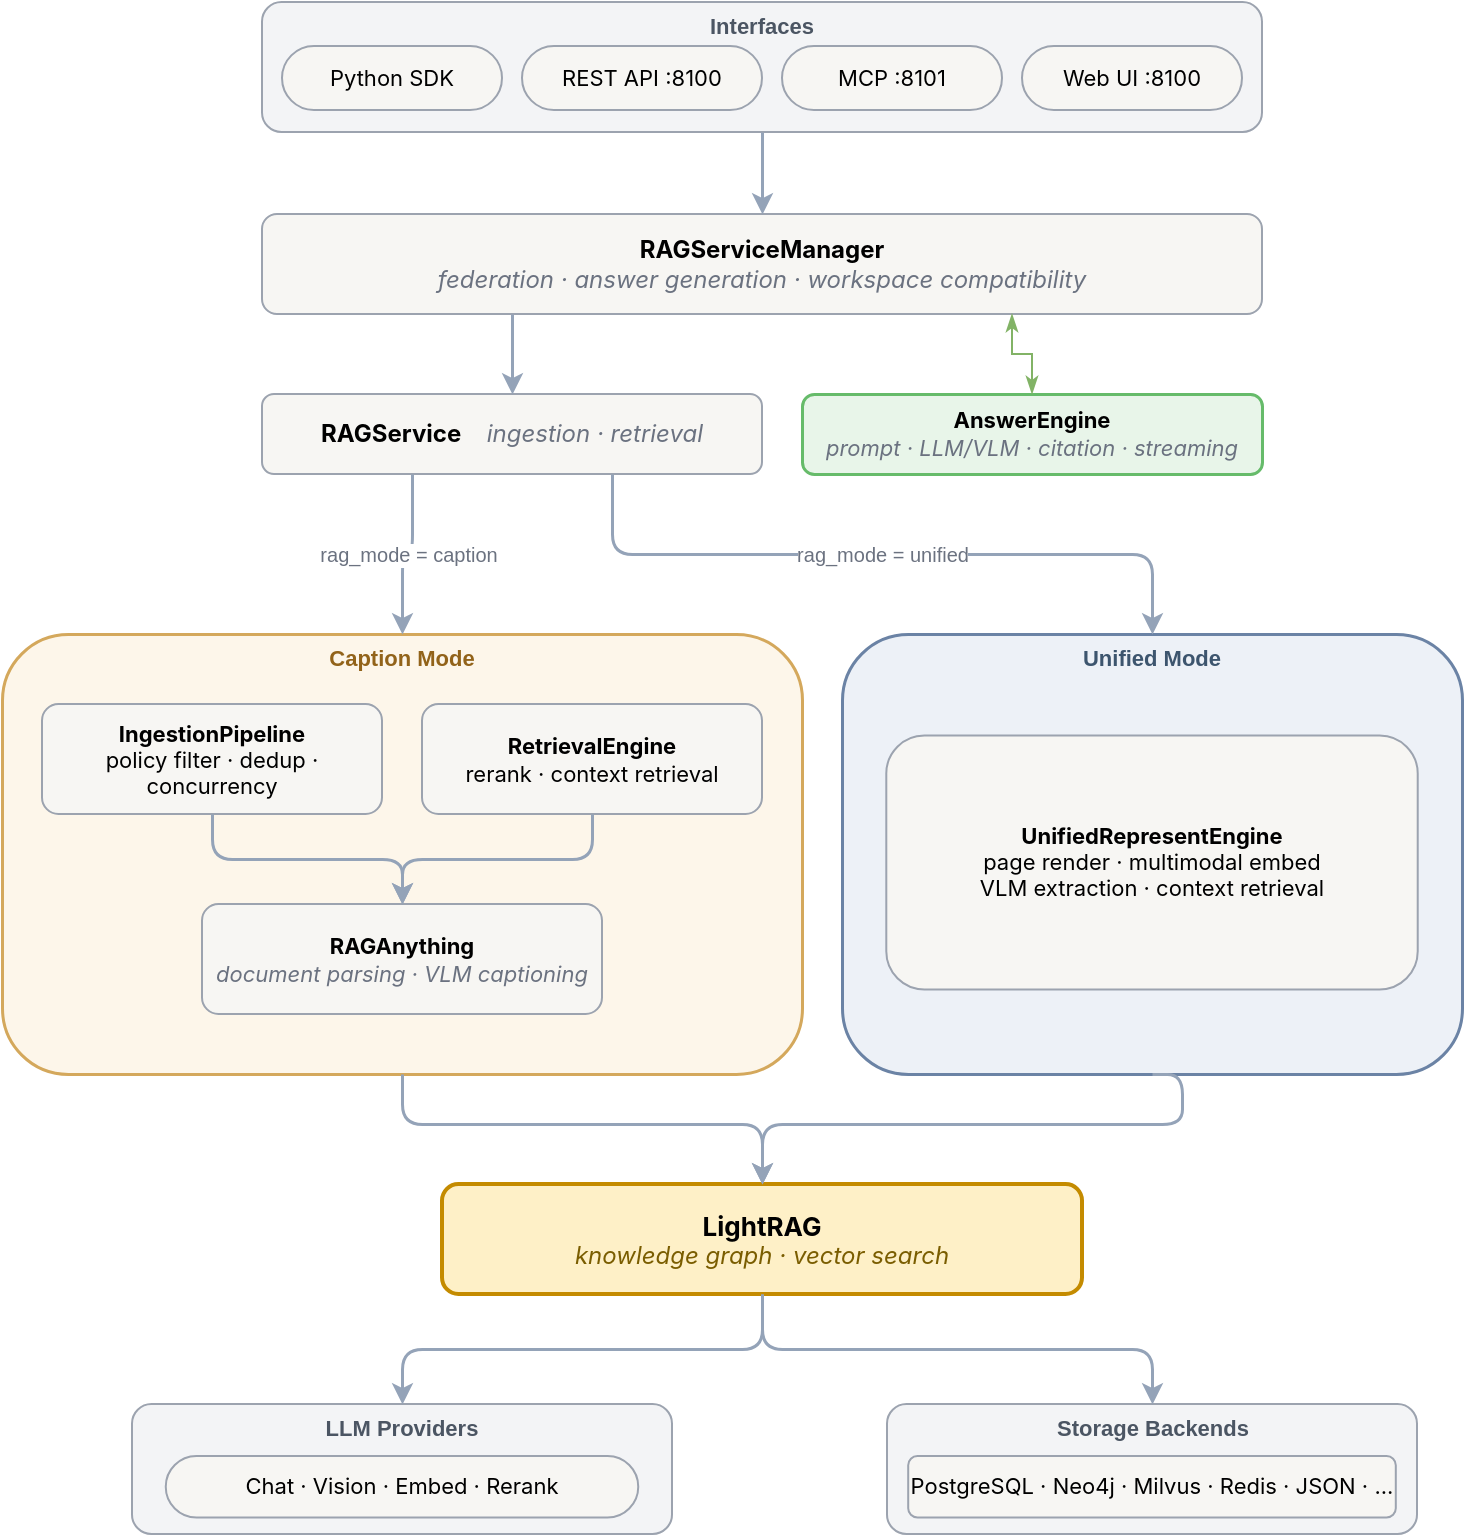
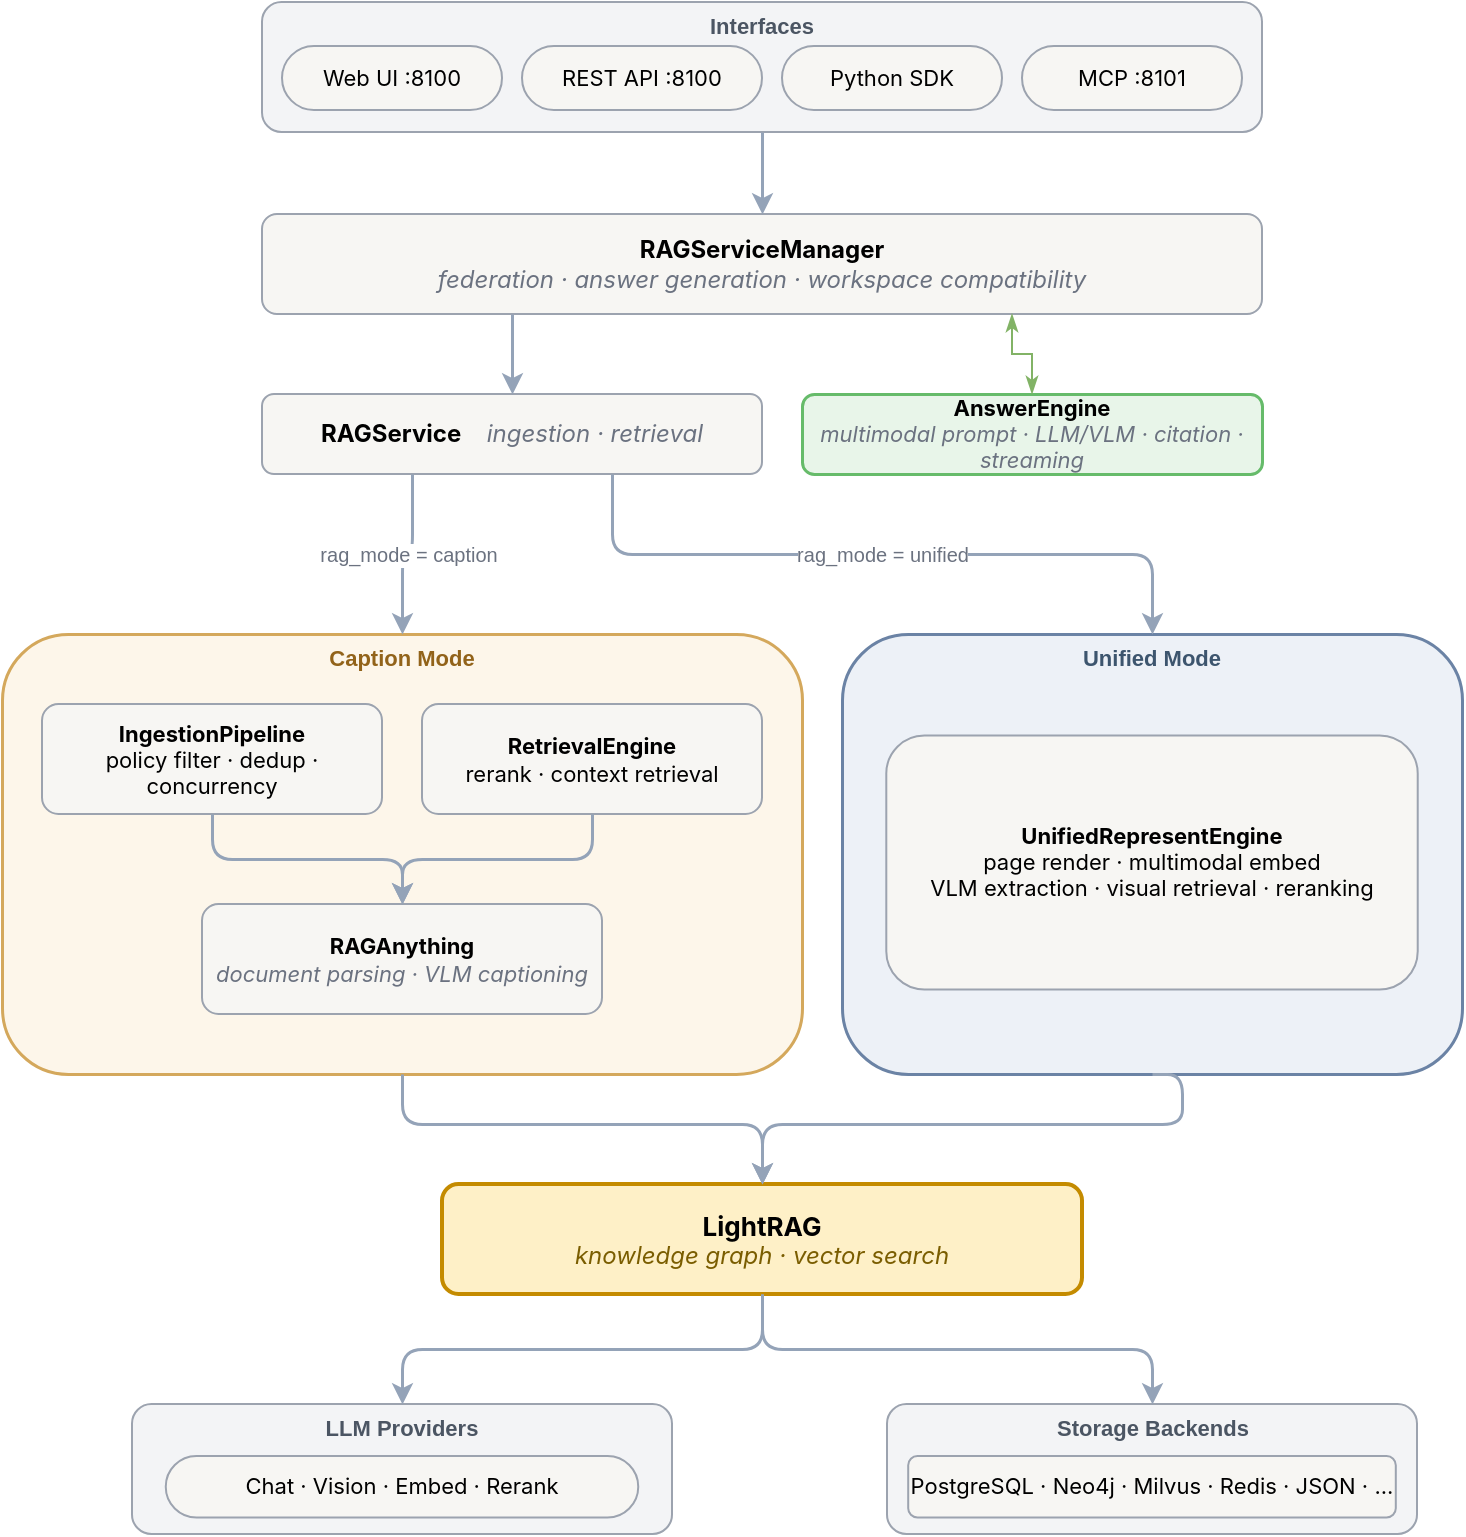
<mxfile host="65bd71144e">
    <diagram name="DlightRAG Architecture" id="arch">
        <mxGraphModel dx="883" dy="997" grid="1" gridSize="10" guides="1" tooltips="1" connect="1" arrows="1" fold="1" page="0" pageScale="1" pageWidth="850" pageHeight="1100" math="0" shadow="0">
            <root>
                <mxCell id="0"/>
                <mxCell id="1" parent="0"/>
                <mxCell id="interfaces" value="&lt;b style=&#39;font-size:11px;color:#4b5563&#39;&gt;Interfaces&lt;/b&gt;" style="rounded=1;whiteSpace=wrap;html=1;fillColor=#f3f4f6;strokeColor=#9ca3af;strokeWidth=1;verticalAlign=top;spacingTop=-2;container=1;collapsible=0;" parent="1" vertex="1">
                    <mxGeometry x="200" y="-6" width="500" height="65" as="geometry"/>
                </mxCell>
-                 <mxCell id="sdk" value="Python SDK" style="rounded=1;whiteSpace=wrap;html=1;fillColor=#f7f6f3;strokeColor=#9ca3af;fontSize=11;fontFamily=Inter;arcSize=50;" parent="interfaces" vertex="1">
+                 <mxCell id="webui" value="Web UI :8100" style="rounded=1;whiteSpace=wrap;html=1;fillColor=#f7f6f3;strokeColor=#9ca3af;fontSize=11;fontFamily=Inter;arcSize=50;" vertex="1" parent="interfaces">
                    <mxGeometry x="10" y="22" width="110" height="32" as="geometry"/>
                </mxCell>
                <mxCell id="rest" value="REST API :8100" style="rounded=1;whiteSpace=wrap;html=1;fillColor=#f7f6f3;strokeColor=#9ca3af;fontSize=11;fontFamily=Inter;arcSize=50;" parent="interfaces" vertex="1">
                    <mxGeometry x="130" y="22" width="120" height="32" as="geometry"/>
                </mxCell>
-                 <mxCell id="mcp" value="MCP :8101" style="rounded=1;whiteSpace=wrap;html=1;fillColor=#f7f6f3;strokeColor=#9ca3af;fontSize=11;fontFamily=Inter;arcSize=50;" parent="interfaces" vertex="1">
+                 <mxCell id="sdk" value="Python SDK" style="rounded=1;whiteSpace=wrap;html=1;fillColor=#f7f6f3;strokeColor=#9ca3af;fontSize=11;fontFamily=Inter;arcSize=50;" parent="interfaces" vertex="1">
                    <mxGeometry x="260" y="22" width="110" height="32" as="geometry"/>
                </mxCell>
-                 <mxCell id="webui" value="Web UI :8100" style="rounded=1;whiteSpace=wrap;html=1;fillColor=#f7f6f3;strokeColor=#9ca3af;fontSize=11;fontFamily=Inter;arcSize=50;" vertex="1" parent="interfaces">
+                 <mxCell id="mcp" value="MCP :8101" style="rounded=1;whiteSpace=wrap;html=1;fillColor=#f7f6f3;strokeColor=#9ca3af;fontSize=11;fontFamily=Inter;arcSize=50;" parent="interfaces" vertex="1">
                    <mxGeometry x="380" y="22" width="110" height="32" as="geometry"/>
                </mxCell>
                <mxCell id="rsm" value="&lt;b&gt;RAGServiceManager&lt;/b&gt;&lt;br&gt;&lt;i style=&#39;color:#6b7280&#39;&gt;federation · answer generation · workspace compatibility&lt;/i&gt;" style="rounded=1;whiteSpace=wrap;html=1;fillColor=#f7f6f3;strokeColor=#9ca3af;fontSize=12;fontFamily=Inter;" parent="1" vertex="1">
                    <mxGeometry x="200" y="100" width="500" height="50" as="geometry"/>
                </mxCell>
-                 <mxCell id="ae" value="&lt;b&gt;AnswerEngine&lt;/b&gt;&lt;br&gt;&lt;i style=&#39;color:#6b7280&#39;&gt;prompt · LLM/VLM · citation · streaming&lt;/i&gt;" style="rounded=1;whiteSpace=wrap;html=1;fillColor=#e8f5e9;strokeColor=#66bb6a;strokeWidth=1.5;fontSize=11;fontFamily=Inter;" parent="1" vertex="1">
+                 <mxCell id="ae" value="&lt;b&gt;AnswerEngine&lt;/b&gt;&lt;br&gt;&lt;i style=&#39;color:#6b7280&#39;&gt;multimodal prompt · LLM/VLM · citation · streaming&lt;/i&gt;" style="rounded=1;whiteSpace=wrap;html=1;fillColor=#e8f5e9;strokeColor=#66bb6a;strokeWidth=1.5;fontSize=11;fontFamily=Inter;" parent="1" vertex="1">
                    <mxGeometry x="470" y="190" width="230" height="40" as="geometry"/>
                </mxCell>
                <mxCell id="rs" value="&lt;b&gt;RAGService&lt;/b&gt; &amp;ensp; &lt;i style=&#39;color:#6b7280&#39;&gt;ingestion · retrieval&lt;/i&gt;" style="rounded=1;whiteSpace=wrap;html=1;fillColor=#f7f6f3;strokeColor=#9ca3af;fontSize=12;fontFamily=Inter;" parent="1" vertex="1">
                    <mxGeometry x="200" y="190" width="250" height="40" as="geometry"/>
                </mxCell>
                <mxCell id="caption" value="&lt;b style=&#39;font-size:11px;color:#92631a&#39;&gt;Caption Mode&lt;/b&gt;" style="rounded=1;whiteSpace=wrap;html=1;fillColor=#fdf6ea;strokeColor=#d4a85c;strokeWidth=1.5;verticalAlign=top;spacingTop=-2;container=1;collapsible=0;" parent="1" vertex="1">
                    <mxGeometry x="70" y="310" width="400" height="220" as="geometry"/>
                </mxCell>
                <mxCell id="ip" value="&lt;b&gt;IngestionPipeline&lt;/b&gt;&lt;br&gt;policy filter · dedup · concurrency" style="rounded=1;whiteSpace=wrap;html=1;fillColor=#f7f6f3;strokeColor=#9ca3af;fontSize=11;fontFamily=Inter;" parent="caption" vertex="1">
                    <mxGeometry x="20" y="35" width="170" height="55" as="geometry"/>
                </mxCell>
                <mxCell id="re" value="&lt;b&gt;RetrievalEngine&lt;/b&gt;&lt;br&gt;rerank · context retrieval" style="rounded=1;whiteSpace=wrap;html=1;fillColor=#f7f6f3;strokeColor=#9ca3af;fontSize=11;fontFamily=Inter;" parent="caption" vertex="1">
                    <mxGeometry x="210" y="35" width="170" height="55" as="geometry"/>
                </mxCell>
                <mxCell id="ra" value="&lt;b&gt;RAGAnything&lt;/b&gt;&lt;br&gt;&lt;i style=&#39;color:#6b7280&#39;&gt;document parsing · VLM captioning&lt;/i&gt;" style="rounded=1;whiteSpace=wrap;html=1;fillColor=#f7f6f3;strokeColor=#9ca3af;fontSize=11;fontFamily=Inter;" parent="caption" vertex="1">
                    <mxGeometry x="100" y="135" width="200" height="55" as="geometry"/>
                </mxCell>
                <mxCell id="e5" style="edgeStyle=orthogonalEdgeStyle;rounded=1;orthogonalLoop=1;jettySize=auto;html=1;strokeColor=#94a3b8;strokeWidth=1.5;exitX=0.5;exitY=1;exitDx=0;exitDy=0;entryX=0.5;entryY=0;entryDx=0;entryDy=0;" parent="caption" source="ip" target="ra" edge="1">
                    <mxGeometry relative="1" as="geometry"/>
                </mxCell>
                <mxCell id="e6" style="edgeStyle=orthogonalEdgeStyle;rounded=1;orthogonalLoop=1;jettySize=auto;html=1;strokeColor=#94a3b8;strokeWidth=1.5;exitX=0.5;exitY=1;exitDx=0;exitDy=0;entryX=0.5;entryY=0;entryDx=0;entryDy=0;" parent="caption" source="re" target="ra" edge="1">
                    <mxGeometry relative="1" as="geometry"/>
                </mxCell>
                <mxCell id="unified" value="&lt;b style=&#39;font-size:11px;color:#3d556e&#39;&gt;Unified Mode&lt;/b&gt;" style="rounded=1;whiteSpace=wrap;html=1;fillColor=#edf1f7;strokeColor=#6b83a5;strokeWidth=1.5;verticalAlign=top;spacingTop=-2;container=1;collapsible=0;" parent="1" vertex="1">
                    <mxGeometry x="490" y="310" width="310" height="220" as="geometry"/>
                </mxCell>
-                 <mxCell id="ure" value="&lt;b&gt;UnifiedRepresentEngine&lt;/b&gt;&lt;br&gt;page render · multimodal embed&lt;br&gt;VLM extraction · context retrieval" style="rounded=1;whiteSpace=wrap;html=1;fillColor=#f7f6f3;strokeColor=#9ca3af;fontSize=11;fontFamily=Inter;" parent="unified" vertex="1">
+                 <mxCell id="ure" value="&lt;b&gt;UnifiedRepresentEngine&lt;/b&gt;&lt;br&gt;page render · multimodal embed&lt;br&gt;VLM extraction · visual retrieval · reranking" style="rounded=1;whiteSpace=wrap;html=1;fillColor=#f7f6f3;strokeColor=#9ca3af;fontSize=11;fontFamily=Inter;" parent="unified" vertex="1">
                    <mxGeometry x="22.142857142857146" y="50.76923076923077" width="265.7142857142857" height="126.9230769230769" as="geometry"/>
                </mxCell>
                <mxCell id="lr" value="&lt;b style=&#39;font-size:13px&#39;&gt;LightRAG&lt;/b&gt;&lt;br&gt;&lt;i style=&#39;color:#7a5d00&#39;&gt;knowledge graph · vector search&lt;/i&gt;" style="rounded=1;whiteSpace=wrap;html=1;fillColor=#fef0c7;strokeColor=#c48b00;strokeWidth=2;fontSize=12;fontFamily=Inter;" parent="1" vertex="1">
                    <mxGeometry x="290" y="585" width="320" height="55" as="geometry"/>
                </mxCell>
                <mxCell id="providers" value="&lt;b style=&#39;font-size:11px;color:#4b5563&#39;&gt;LLM Providers&lt;/b&gt;" style="rounded=1;whiteSpace=wrap;html=1;fillColor=#f3f4f6;strokeColor=#9ca3af;strokeWidth=1;verticalAlign=top;spacingTop=-2;container=1;collapsible=0;" parent="1" vertex="1">
                    <mxGeometry x="135" y="695" width="270" height="65" as="geometry"/>
                </mxCell>
                <mxCell id="p" value="Chat · Vision · Embed · Rerank" style="rounded=1;whiteSpace=wrap;html=1;fillColor=#f7f6f3;strokeColor=#9ca3af;fontSize=11;fontFamily=Inter;arcSize=50;" parent="providers" vertex="1">
                    <mxGeometry x="16.875" y="26" width="236.25" height="30.72727272727273" as="geometry"/>
                </mxCell>
                <mxCell id="storage" value="&lt;b style=&#39;font-size:11px;color:#4b5563&#39;&gt;Storage Backends&lt;/b&gt;" style="rounded=1;whiteSpace=wrap;html=1;fillColor=#f3f4f6;strokeColor=#9ca3af;strokeWidth=1;verticalAlign=top;spacingTop=-2;container=1;collapsible=0;" parent="1" vertex="1">
                    <mxGeometry x="512.5" y="695" width="265" height="65" as="geometry"/>
                </mxCell>
                <mxCell id="s" value="PostgreSQL · Neo4j · Milvus · Redis · JSON · ..." style="rounded=1;whiteSpace=wrap;html=1;fillColor=#f7f6f3;strokeColor=#9ca3af;fontSize=11;fontFamily=Inter;" parent="storage" vertex="1">
                    <mxGeometry x="10.600000000000001" y="26" width="243.8" height="30.72727272727273" as="geometry"/>
                </mxCell>
                <mxCell id="e1" style="edgeStyle=orthogonalEdgeStyle;rounded=1;orthogonalLoop=1;jettySize=auto;html=1;strokeColor=#94a3b8;strokeWidth=1.5;exitX=0.5;exitY=1;exitDx=0;exitDy=0;entryX=0.5;entryY=0;entryDx=0;entryDy=0;" parent="1" source="interfaces" target="rsm" edge="1">
                    <mxGeometry relative="1" as="geometry"/>
                </mxCell>
                <mxCell id="e2" style="edgeStyle=orthogonalEdgeStyle;rounded=1;orthogonalLoop=1;jettySize=auto;html=1;strokeColor=#94a3b8;strokeWidth=1.5;exitX=0.25;exitY=1;exitDx=0;exitDy=0;entryX=0.5;entryY=0;entryDx=0;entryDy=0;" parent="1" source="rsm" target="rs" edge="1">
                    <mxGeometry relative="1" as="geometry"/>
                </mxCell>
                <mxCell id="e3" value="rag_mode = caption" style="edgeStyle=orthogonalEdgeStyle;rounded=1;orthogonalLoop=1;jettySize=auto;html=1;strokeColor=#94a3b8;strokeWidth=1.5;fontSize=10;fontColor=#6b7280;exitX=0.3;exitY=1;exitDx=0;exitDy=0;entryX=0.5;entryY=0;entryDx=0;entryDy=0;" parent="1" source="rs" target="caption" edge="1">
                    <mxGeometry relative="1" as="geometry"/>
                </mxCell>
                <mxCell id="e4" value="rag_mode = unified" style="edgeStyle=orthogonalEdgeStyle;rounded=1;orthogonalLoop=1;jettySize=auto;html=1;strokeColor=#94a3b8;strokeWidth=1.5;fontSize=10;fontColor=#6b7280;exitX=0.7;exitY=1;exitDx=0;exitDy=0;entryX=0.5;entryY=0;entryDx=0;entryDy=0;" parent="1" source="rs" target="unified" edge="1">
                    <mxGeometry relative="1" as="geometry"/>
                </mxCell>
                <mxCell id="e7" style="edgeStyle=orthogonalEdgeStyle;rounded=1;orthogonalLoop=1;jettySize=auto;html=1;strokeColor=#94a3b8;strokeWidth=1.5;exitX=0.5;exitY=1;exitDx=0;exitDy=0;entryX=0.5;entryY=0;entryDx=0;entryDy=0;" parent="1" source="caption" target="lr" edge="1">
                    <mxGeometry relative="1" as="geometry">
                        <mxPoint x="280" y="535" as="sourcePoint"/>
                        <mxPoint x="420" y="580" as="targetPoint"/>
                        <Array as="points">
                            <mxPoint x="270" y="555"/>
                            <mxPoint x="450" y="555"/>
                        </Array>
                    </mxGeometry>
                </mxCell>
                <mxCell id="e8" style="edgeStyle=orthogonalEdgeStyle;rounded=1;orthogonalLoop=1;jettySize=auto;html=1;strokeColor=#94a3b8;strokeWidth=1.5;entryX=0.5;entryY=0;entryDx=0;entryDy=0;exitX=0.5;exitY=1;exitDx=0;exitDy=0;" parent="1" source="unified" target="lr" edge="1">
                    <mxGeometry relative="1" as="geometry">
                        <mxPoint x="660" y="530" as="sourcePoint"/>
                        <mxPoint x="450" y="580" as="targetPoint"/>
                        <Array as="points">
                            <mxPoint x="660" y="555"/>
                            <mxPoint x="450" y="555"/>
                        </Array>
                    </mxGeometry>
                </mxCell>
                <mxCell id="e9" style="edgeStyle=orthogonalEdgeStyle;rounded=1;orthogonalLoop=1;jettySize=auto;html=1;strokeColor=#94a3b8;strokeWidth=1.5;exitX=0.5;exitY=1;exitDx=0;exitDy=0;entryX=0.5;entryY=0;entryDx=0;entryDy=0;" parent="1" source="lr" target="providers" edge="1">
                    <mxGeometry relative="1" as="geometry"/>
                </mxCell>
                <mxCell id="e10" style="edgeStyle=orthogonalEdgeStyle;rounded=1;orthogonalLoop=1;jettySize=auto;html=1;strokeColor=#94a3b8;strokeWidth=1.5;exitX=0.5;exitY=1;exitDx=0;exitDy=0;entryX=0.5;entryY=0;entryDx=0;entryDy=0;" parent="1" source="lr" target="storage" edge="1">
                    <mxGeometry relative="1" as="geometry"/>
                </mxCell>
                <mxCell id="4" value="" style="endArrow=classicThin;startArrow=classicThin;html=1;entryX=0.75;entryY=1;entryDx=0;entryDy=0;exitX=0.5;exitY=0;exitDx=0;exitDy=0;edgeStyle=orthogonalEdgeStyle;fillColor=#d5e8d4;strokeColor=#82b366;startFill=1;endFill=1;rounded=0;curved=0;" edge="1" parent="1" source="ae" target="rsm">
                    <mxGeometry width="50" height="50" relative="1" as="geometry">
                        <mxPoint x="410" y="230" as="sourcePoint"/>
                        <mxPoint x="460" y="180" as="targetPoint"/>
                    </mxGeometry>
                </mxCell>
            </root>
        </mxGraphModel>
    </diagram>
</mxfile>